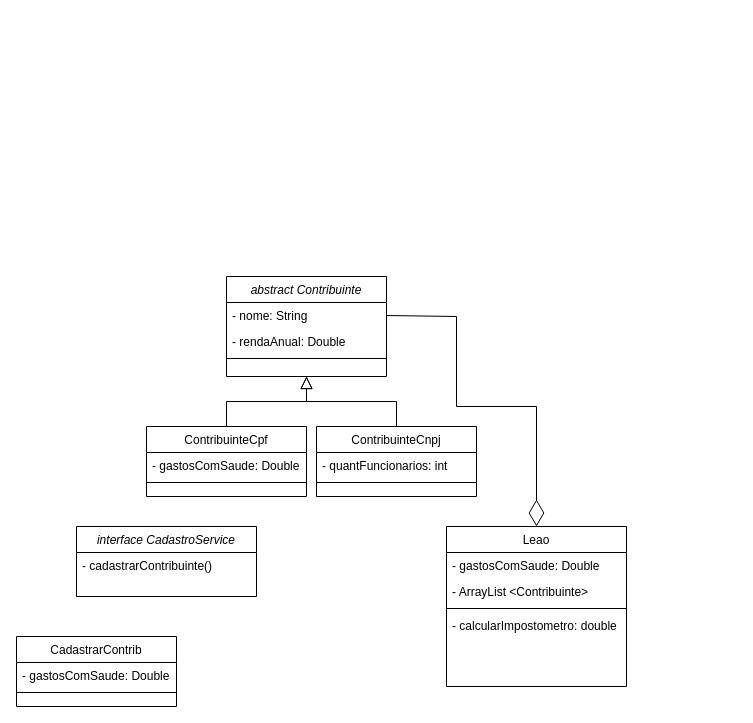
This is quatroPilares/br/com/projetoLeao/diagrams/UMLclassdiagram.drawio from psicodev0101/java-poo, a draw.io file, before an edit. Source tidied: cells renumbered, new cells numbered last; positions are measured from the earlier drawing's top-left corner, leaving out a move shared by most shapes. Both pictures are drawn from the tidied source at 100%, with x=0, y=0 at pixel (16, 276).
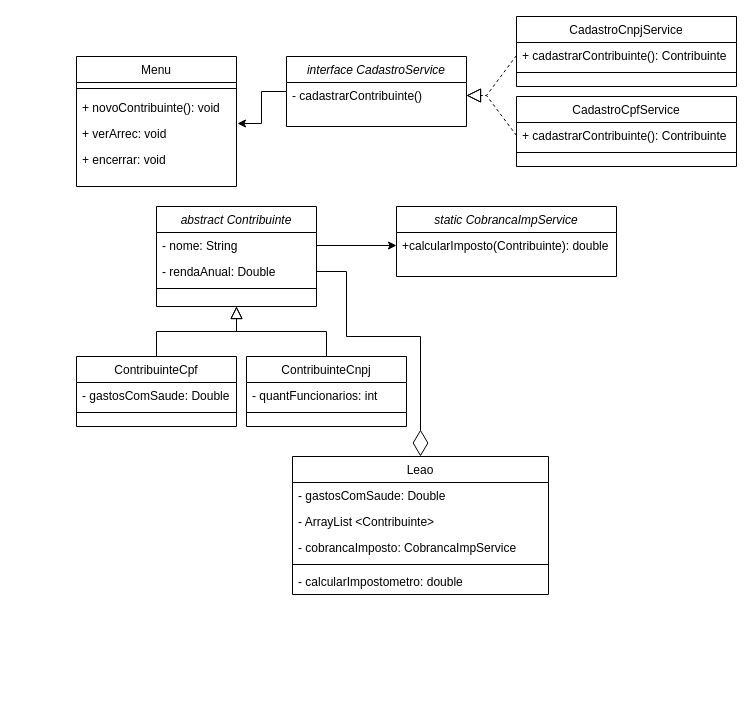
After the change.

The change refers to these unchanged cells:
```xml
<mxCell id="3" value="- nome: String" style="text;align=left;verticalAlign=top;spacingLeft=4;spacingRight=4;overflow=hidden;points=[[0,0.5],[1,0.5]];portConstraint=eastwest;" parent="2" vertex="1">
  <mxGeometry y="26" width="160" height="26" as="geometry" />
</mxCell>
<mxCell id="4" value="- rendaAnual: Double" style="text;align=left;verticalAlign=top;spacingLeft=4;spacingRight=4;overflow=hidden;points=[[0,0.5],[1,0.5]];portConstraint=eastwest;rounded=0;shadow=0;html=0;" parent="2" vertex="1">
  <mxGeometry y="52" width="160" height="26" as="geometry" />
</mxCell>
<mxCell id="21" value="- cadastrarContribuinte()" style="text;align=left;verticalAlign=top;spacingLeft=4;spacingRight=4;overflow=hidden;points=[[0,0.5],[1,0.5]];portConstraint=eastwest;" parent="20" vertex="1">
  <mxGeometry y="26" width="180" height="26" as="geometry" />
</mxCell>
```

The edit, as a diff of the source:
```diff
@@
     <mxCell id="2" value="abstract Contribuinte" style="swimlane;fontStyle=2;align=center;verticalAlign=top;horizontal=1;startSize=26;rounded=0;shadow=0;strokeWidth=1;" parent="1" vertex="1">
-      <mxGeometry x="210" width="160" height="100" as="geometry" />
+      <mxGeometry x="140" y="-70" width="160" height="100" as="geometry" />
     </mxCell>
@@
     <mxCell id="6" value="ContribuinteCpf" style="swimlane;fontStyle=0;align=center;verticalAlign=top;horizontal=1;startSize=26;rounded=0;shadow=0;strokeWidth=1;" parent="1" vertex="1">
-      <mxGeometry x="130" y="150" width="160" height="70" as="geometry" />
+      <mxGeometry x="60" y="80" width="160" height="70" as="geometry" />
     </mxCell>
@@
     <mxCell id="10" value="ContribuinteCnpj" style="swimlane;fontStyle=0;align=center;verticalAlign=top;horizontal=1;startSize=26;rounded=0;shadow=0;strokeWidth=1;" parent="1" vertex="1">
-      <mxGeometry x="300" y="150" width="160" height="70" as="geometry" />
+      <mxGeometry x="230" y="80" width="160" height="70" as="geometry" />
     </mxCell>
@@
     <mxCell id="14" value="Leao" style="swimlane;fontStyle=0;align=center;verticalAlign=top;horizontal=1;startSize=26;rounded=0;shadow=0;strokeWidth=1;" parent="1" vertex="1">
-      <mxGeometry x="430" y="250" width="180" height="160" as="geometry" />
+      <mxGeometry x="276" y="180" width="256" height="138" as="geometry" />
     </mxCell>
     <mxCell id="15" value="- gastosComSaude: Double" style="text;align=left;verticalAlign=top;spacingLeft=4;spacingRight=4;overflow=hidden;" parent="14" vertex="1">
-      <mxGeometry y="26" width="180" height="26" as="geometry" />
+      <mxGeometry y="26" width="256" height="26" as="geometry" />
     </mxCell>
     <mxCell id="16" value="- ArrayList &lt;Contribuinte&gt;" style="text;align=left;verticalAlign=top;spacingLeft=4;spacingRight=4;overflow=hidden;" parent="14" vertex="1">
-      <mxGeometry y="52" width="180" height="26" as="geometry" />
+      <mxGeometry y="52" width="256" height="26" as="geometry" />
     </mxCell>
+    <mxCell id="25" value="- cobrancaImposto: CobrancaImpService" style="text;align=left;verticalAlign=top;spacingLeft=4;spacingRight=4;overflow=hidden;" parent="14" vertex="1">
+      <mxGeometry y="78" width="256" height="26" as="geometry" />
+    </mxCell>
     <mxCell id="17" style="line;html=1;strokeWidth=1;align=left;verticalAlign=middle;spacingTop=-1;spacingLeft=3;spacingRight=3;labelPosition=right;" parent="14" vertex="1">
-      <mxGeometry y="78" width="180" height="8" as="geometry" />
+      <mxGeometry y="104" width="256" height="8" as="geometry" />
     </mxCell>
     <mxCell id="18" value="- calcularImpostometro: double" style="text;align=left;verticalAlign=top;spacingLeft=4;spacingRight=4;overflow=hidden;" parent="14" vertex="1">
-      <mxGeometry y="86" width="180" height="26" as="geometry" />
+      <mxGeometry y="112" width="256" height="26" as="geometry" />
     </mxCell>
-    <mxCell id="19" style="endArrow=diamondThin;endFill=0;endSize=24;html=1;rounded=0;entryX=0.5;entryY=0;entryDx=0;entryDy=0;exitX=1;exitY=0.5;exitDx=0;exitDy=0;" parent="1" edge="1" source="3" target="14">
+    <mxCell id="19" style="endArrow=diamondThin;endFill=0;endSize=24;html=1;rounded=0;entryX=0.5;entryY=0;entryDx=0;entryDy=0;exitX=1;exitY=0.5;exitDx=0;exitDy=0;" parent="1" edge="1" source="4" target="14">
       <mxGeometry relative="1" as="geometry">
         <Array as="points">
-          <mxPoint x="440" y="40" />
-          <mxPoint x="440" y="130" />
-          <mxPoint x="520" y="130" />
+          <mxPoint x="330" y="-5" />
+          <mxPoint x="330" y="60" />
+          <mxPoint x="404" y="60" />
         </Array>
       </mxGeometry>
     </mxCell>
     <mxCell id="20" value="interface CadastroService" style="swimlane;fontStyle=2;align=center;verticalAlign=top;horizontal=1;startSize=26;rounded=0;shadow=0;strokeWidth=1;" parent="1" vertex="1">
-      <mxGeometry x="60" y="250" width="180" height="70" as="geometry" />
+      <mxGeometry x="270" y="-220" width="180" height="70" as="geometry" />
     </mxCell>
@@
-    <mxCell id="22" value="CadastrarContrib" style="swimlane;fontStyle=0;align=center;verticalAlign=top;horizontal=1;startSize=26;rounded=0;shadow=0;strokeWidth=1;" parent="1" vertex="1">
-      <mxGeometry y="360" width="160" height="70" as="geometry" />
+    <mxCell id="22" value="CadastroCpfService" style="swimlane;fontStyle=0;align=center;verticalAlign=top;horizontal=1;startSize=26;rounded=0;shadow=0;strokeWidth=1;" parent="1" vertex="1">
+      <mxGeometry x="500" y="-180" width="220" height="70" as="geometry" />
     </mxCell>
-    <mxCell id="23" value="- gastosComSaude: Double" style="text;align=left;verticalAlign=top;spacingLeft=4;spacingRight=4;overflow=hidden;points=[[0,0.5],[1,0.5]];portConstraint=eastwest;" parent="22" vertex="1">
-      <mxGeometry y="26" width="160" height="26" as="geometry" />
+    <mxCell id="23" value="+ cadastrarContribuinte(): Contribuinte" style="text;align=left;verticalAlign=top;spacingLeft=4;spacingRight=4;overflow=hidden;points=[[0,0.5],[1,0.5]];portConstraint=eastwest;" parent="22" vertex="1">
+      <mxGeometry y="26" width="220" height="26" as="geometry" />
     </mxCell>
     <mxCell id="24" style="line;html=1;strokeWidth=1;align=left;verticalAlign=middle;spacingTop=-1;spacingLeft=3;spacingRight=3;labelPosition=right;" parent="22" vertex="1">
-      <mxGeometry y="52" width="160" height="8" as="geometry" />
+      <mxGeometry y="52" width="220" height="8" as="geometry" />
     </mxCell>
+    <mxCell id="26" value="CadastroCnpjService" style="swimlane;fontStyle=0;align=center;verticalAlign=top;horizontal=1;startSize=26;rounded=0;shadow=0;strokeWidth=1;" parent="1" vertex="1">
+      <mxGeometry x="500" y="-260" width="220" height="70" as="geometry" />
+    </mxCell>
+    <mxCell id="27" value="+ cadastrarContribuinte(): Contribuinte" style="text;align=left;verticalAlign=top;spacingLeft=4;spacingRight=4;overflow=hidden;points=[[0,0.5],[1,0.5]];portConstraint=eastwest;" parent="26" vertex="1">
+      <mxGeometry y="26" width="220" height="26" as="geometry" />
+    </mxCell>
+    <mxCell id="28" style="line;html=1;strokeWidth=1;align=left;verticalAlign=middle;spacingTop=-1;spacingLeft=3;spacingRight=3;labelPosition=right;" parent="26" vertex="1">
+      <mxGeometry y="52" width="220" height="8" as="geometry" />
+    </mxCell>
+    <mxCell id="29" value="Menu" style="swimlane;fontStyle=0;align=center;verticalAlign=top;horizontal=1;startSize=26;rounded=0;shadow=0;strokeWidth=1;" parent="1" vertex="1">
+      <mxGeometry x="60" y="-220" width="160" height="130" as="geometry" />
+    </mxCell>
+    <mxCell id="30" style="line;html=1;strokeWidth=1;align=left;verticalAlign=middle;spacingTop=-1;spacingLeft=3;spacingRight=3;labelPosition=right;" parent="29" vertex="1">
+      <mxGeometry y="26" width="160" height="12" as="geometry" />
+    </mxCell>
+    <mxCell id="31" value="+ novoContribuinte(): void&#10;" style="text;align=left;verticalAlign=top;spacingLeft=4;spacingRight=4;overflow=hidden;" parent="29" vertex="1">
+      <mxGeometry y="38" width="160" height="26" as="geometry" />
+    </mxCell>
+    <mxCell id="32" value="+ verArrec: void&#10;&#10;" style="text;align=left;verticalAlign=top;spacingLeft=4;spacingRight=4;overflow=hidden;points=[[0,0.5],[1,0.5]];portConstraint=eastwest;" parent="29" vertex="1">
+      <mxGeometry y="64" width="160" height="26" as="geometry" />
+    </mxCell>
+    <mxCell id="33" value="+ encerrar: void&#10;&#10;" style="text;align=left;verticalAlign=top;spacingLeft=4;spacingRight=4;overflow=hidden;" parent="29" vertex="1">
+      <mxGeometry y="90" width="160" height="30" as="geometry" />
+    </mxCell>
+    <mxCell id="34" style="endArrow=block;dashed=1;endFill=0;endSize=12;html=1;rounded=0;exitX=0;exitY=0.5;exitDx=0;exitDy=0;entryX=1;entryY=0.5;entryDx=0;entryDy=0;" parent="1" edge="1" source="27" target="21">
+      <mxGeometry relative="1" as="geometry">
+        <Array as="points">
+          <mxPoint x="470" y="-181" />
+        </Array>
+      </mxGeometry>
+    </mxCell>
+    <mxCell id="35" style="endArrow=block;dashed=1;endFill=0;endSize=12;html=1;rounded=0;exitX=0;exitY=0.5;exitDx=0;exitDy=0;entryX=1;entryY=0.5;entryDx=0;entryDy=0;" parent="1" edge="1" source="23" target="21">
+      <mxGeometry relative="1" as="geometry">
+        <Array as="points">
+          <mxPoint x="470" y="-181" />
+        </Array>
+      </mxGeometry>
+    </mxCell>
+    <mxCell id="36" style="edgeStyle=orthogonalEdgeStyle;rounded=0;jettySize=auto;html=1;entryX=1.006;entryY=0.115;entryDx=0;entryDy=0;entryPerimeter=0;" parent="1" edge="1" source="20" target="32">
+      <mxGeometry relative="1" as="geometry" />
+    </mxCell>
+    <mxCell id="37" value="static CobrancaImpService" style="swimlane;fontStyle=2;align=center;verticalAlign=top;horizontal=1;startSize=26;rounded=0;shadow=0;strokeWidth=1;" parent="1" vertex="1">
+      <mxGeometry x="380" y="-70" width="220" height="70" as="geometry" />
+    </mxCell>
+    <mxCell id="38" value="+calcularImposto(Contribuinte): double" style="text;align=left;verticalAlign=top;spacingLeft=4;spacingRight=4;overflow=hidden;points=[[0,0.5],[1,0.5]];portConstraint=eastwest;" parent="37" vertex="1">
+      <mxGeometry y="26" width="220" height="26" as="geometry" />
+    </mxCell>
+    <mxCell id="39" style="edgeStyle=orthogonalEdgeStyle;rounded=0;jettySize=auto;html=1;exitX=1;exitY=0.5;exitDx=0;exitDy=0;entryX=0;entryY=0.5;entryDx=0;entryDy=0;" parent="1" edge="1" source="3" target="38">
+      <mxGeometry relative="1" as="geometry" />
+    </mxCell>
```
